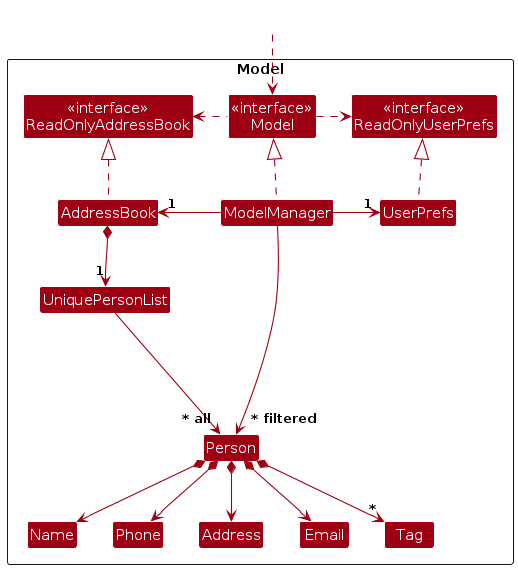
AY2627S1-CS2103T-F11-4/tp keeps this PlantUML diagram as diagrams/ModelClassDiagram.png. Above is the earlier version. Its source is kept beside it as diagrams/ModelClassDiagram.puml. The source it was exported from:
```plantuml
@startuml
!include style.puml
skinparam arrowThickness 1.1
skinparam arrowColor MODEL_COLOR
skinparam classBackgroundColor MODEL_COLOR

Package Model as ModelPackage <<Rectangle>>{
Class "<<interface>>\nReadOnlyAddressBook" as ReadOnlyAddressBook
Class "<<interface>>\nReadOnlyUserPrefs" as ReadOnlyUserPrefs
Class "<<interface>>\nModel" as Model
Class AddressBook
Class ModelManager
Class UserPrefs

Class UniquePersonList
Class Person
Class Address
Class Email
Class Name
Class Phone
Class Tag

Class I #FFFFFF
}

Class HiddenOutside #FFFFFF
HiddenOutside ..> Model

AddressBook .up.|> ReadOnlyAddressBook

ModelManager .up.|> Model
Model .right.> ReadOnlyUserPrefs
Model .left.> ReadOnlyAddressBook
ModelManager -left-> "1" AddressBook
ModelManager -right-> "1" UserPrefs
UserPrefs .up.|> ReadOnlyUserPrefs

AddressBook *--> "1" UniquePersonList
UniquePersonList --> "~* all" Person
Person *--> Name
Person *--> Phone
Person *--> Email
Person *--> Address
Person *--> "*" Tag

Person -[hidden]up--> I
UniquePersonList -[hidden]right-> I

Name -[hidden]right-> Phone
Phone -[hidden]right-> Address
Address -[hidden]right-> Email

ModelManager --> "~* filtered" Person
@enduml
```
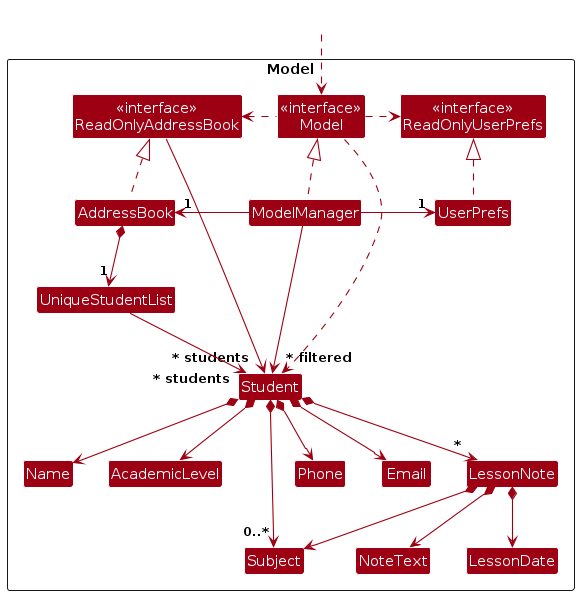
The same diagram one commit later.

The edit, as a diff of the source:
```diff
@@ -4,7 +4,7 @@
 skinparam arrowColor MODEL_COLOR
 skinparam classBackgroundColor MODEL_COLOR
 
-Package Model as ModelPackage <<Rectangle>>{
+package Model as ModelPackage <<Rectangle>> {
 Class "<<interface>>\nReadOnlyAddressBook" as ReadOnlyAddressBook
 Class "<<interface>>\nReadOnlyUserPrefs" as ReadOnlyUserPrefs
 Class "<<interface>>\nModel" as Model
@@ -12,43 +12,45 @@
 Class ModelManager
 Class UserPrefs
 
-Class UniquePersonList
-Class Person
-Class Address
+Class UniqueStudentList
+Class Student
+Class Name
+Class AcademicLevel
+Class Subject
+Class Phone
 Class Email
-Class Name
-Class Phone
-Class Tag
-
-Class I #FFFFFF
+Class LessonNote
+Class LessonDate
+Class NoteText
 }
 
 Class HiddenOutside #FFFFFF
 HiddenOutside ..> Model
 
 AddressBook .up.|> ReadOnlyAddressBook
+UserPrefs .up.|> ReadOnlyUserPrefs
+ModelManager .up.|> Model
 
-ModelManager .up.|> Model
+Model .left.> ReadOnlyAddressBook
 Model .right.> ReadOnlyUserPrefs
-Model .left.> ReadOnlyAddressBook
+Model ..> Student
+
 ModelManager -left-> "1" AddressBook
 ModelManager -right-> "1" UserPrefs
-UserPrefs .up.|> ReadOnlyUserPrefs
+ModelManager --> "~* filtered" Student
 
-AddressBook *--> "1" UniquePersonList
-UniquePersonList --> "~* all" Person
-Person *--> Name
-Person *--> Phone
-Person *--> Email
-Person *--> Address
-Person *--> "*" Tag
+AddressBook *--> "1" UniqueStudentList
+ReadOnlyAddressBook --> "~* students" Student
+UniqueStudentList --> "~* students" Student
 
-Person -[hidden]up--> I
-UniquePersonList -[hidden]right-> I
+Student *--> Name
+Student *--> AcademicLevel
+Student *--> "0..*" Subject
+Student *--> Phone
+Student *--> Email
+Student *--> "*" LessonNote
 
-Name -[hidden]right-> Phone
-Phone -[hidden]right-> Address
-Address -[hidden]right-> Email
-
-ModelManager --> "~* filtered" Person
+LessonNote *--> LessonDate
+LessonNote *--> Subject
+LessonNote *--> NoteText
 @enduml
```
